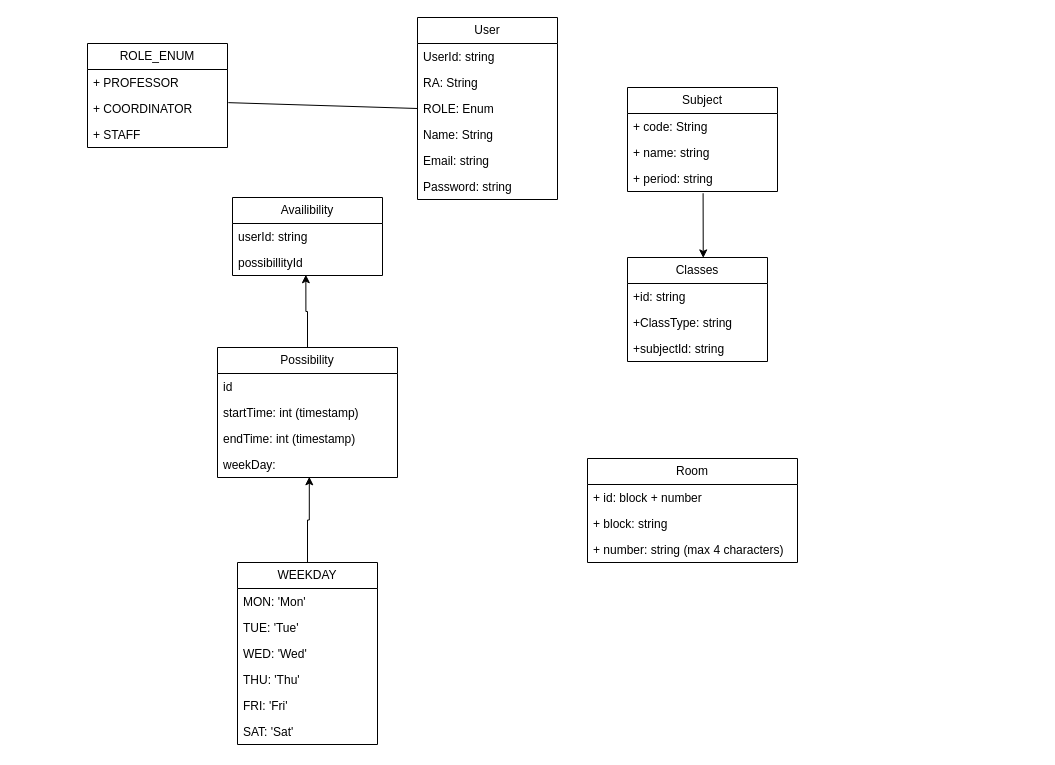
Above: MauaFontysClasses.drawio in 20242-Maua-ECM-Fontys/back (draw.io), before the change. Source tidied: cells renumbered, new cells numbered last; positions are measured from the earlier drawing's top-left corner, leaving out a move shared by most shapes. Both pictures are drawn from the tidied source at 100%, with x=0, y=0 at pixel (87, 17).
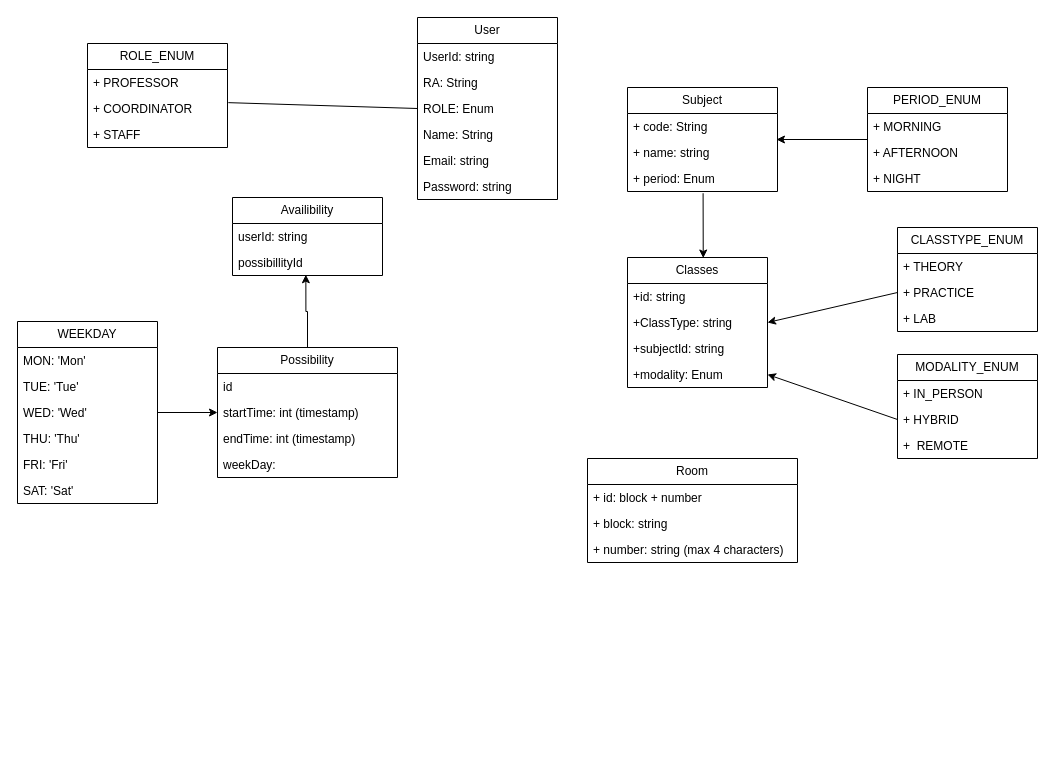
The same page after the edit.

Unchanged cells that the change refers to:
```xml
<mxCell id="13" value="Subject" style="swimlane;fontStyle=0;horizontal=1;startSize=26;fillColor=none;whiteSpace=wrap;html=1;" parent="1" vertex="1">
  <mxGeometry x="540" y="70" width="150" height="104" as="geometry" />
</mxCell>
<mxCell id="15" value="+ name: string" style="text;strokeColor=none;fillColor=none;align=left;verticalAlign=top;spacingLeft=4;spacingRight=4;overflow=hidden;points=[[0,0.5],[1,0.5]];portConstraint=eastwest;whiteSpace=wrap;html=1;" parent="13" vertex="1">
  <mxGeometry y="52" width="150" height="26" as="geometry" />
</mxCell>
<mxCell id="19" value="+ClassType: string" style="text;strokeColor=none;fillColor=none;align=left;verticalAlign=top;spacingLeft=4;spacingRight=4;overflow=hidden;points=[[0,0.5],[1,0.5]];portConstraint=eastwest;whiteSpace=wrap;html=1;" parent="17" vertex="1">
  <mxGeometry y="52" width="140" height="26" as="geometry" />
</mxCell>
<mxCell id="32" value="startTime: int (timestamp)" style="text;strokeColor=none;fillColor=none;align=left;verticalAlign=top;spacingLeft=4;spacingRight=4;overflow=hidden;points=[[0,0.5],[1,0.5]];portConstraint=eastwest;whiteSpace=wrap;html=1;" parent="30" vertex="1">
  <mxGeometry y="52" width="180" height="26" as="geometry" />
</mxCell>
<mxCell id="34" value="weekDay:" style="text;strokeColor=none;fillColor=none;align=left;verticalAlign=top;spacingLeft=4;spacingRight=4;overflow=hidden;points=[[0,0.5],[1,0.5]];portConstraint=eastwest;whiteSpace=wrap;html=1;" parent="30" vertex="1">
  <mxGeometry y="104" width="180" height="26" as="geometry" />
</mxCell>
```

Change to the diagram source:
```diff
@@
-    <mxCell id="16" value="+ period: string" style="text;strokeColor=none;fillColor=none;align=left;verticalAlign=top;spacingLeft=4;spacingRight=4;overflow=hidden;points=[[0,0.5],[1,0.5]];portConstraint=eastwest;whiteSpace=wrap;html=1;" parent="13" vertex="1">
+    <mxCell id="16" value="+ period: Enum" style="text;strokeColor=none;fillColor=none;align=left;verticalAlign=top;spacingLeft=4;spacingRight=4;overflow=hidden;points=[[0,0.5],[1,0.5]];portConstraint=eastwest;whiteSpace=wrap;html=1;" parent="13" vertex="1">
       <mxGeometry y="78" width="150" height="26" as="geometry" />
     </mxCell>
     <mxCell id="17" value="Classes" style="swimlane;fontStyle=0;horizontal=1;startSize=26;fillColor=none;whiteSpace=wrap;html=1;" parent="1" vertex="1">
-      <mxGeometry x="540" y="240" width="140" height="104" as="geometry" />
+      <mxGeometry x="540" y="240" width="140" height="130" as="geometry" />
     </mxCell>
@@
+    <mxCell id="44" value="+modality: Enum" style="text;strokeColor=none;fillColor=none;align=left;verticalAlign=top;spacingLeft=4;spacingRight=4;overflow=hidden;points=[[0,0.5],[1,0.5]];portConstraint=eastwest;whiteSpace=wrap;html=1;" parent="17" vertex="1">
+      <mxGeometry y="104" width="140" height="26" as="geometry" />
+    </mxCell>
@@
     <mxCell id="36" value="WEEKDAY" style="swimlane;fontStyle=0;horizontal=1;startSize=26;fillColor=none;whiteSpace=wrap;html=1;" parent="1" vertex="1">
-      <mxGeometry x="150" y="545" width="140" height="182" as="geometry" />
+      <mxGeometry x="-70" y="304" width="140" height="182" as="geometry" />
     </mxCell>
@@
-    <mxCell id="43" style="edgeStyle=orthogonalEdgeStyle;rounded=0;jettySize=auto;html=1;entryX=0.51;entryY=0.973;entryDx=0;entryDy=0;entryPerimeter=0;" parent="1" edge="1" source="36" target="34">
+    <mxCell id="43" style="edgeStyle=orthogonalEdgeStyle;rounded=0;jettySize=auto;html=1;entryX=0;entryY=0.5;entryDx=0;entryDy=0;" parent="1" edge="1" source="36" target="32">
       <mxGeometry relative="1" as="geometry" />
     </mxCell>
+    <mxCell id="45" style="edgeStyle=none;html=1;entryX=0.993;entryY=0;entryDx=0;entryDy=0;entryPerimeter=0;" parent="1" edge="1" source="46" target="15">
+      <mxGeometry relative="1" as="geometry" />
+    </mxCell>
+    <mxCell id="46" value="PERIOD_ENUM" style="swimlane;fontStyle=0;horizontal=1;startSize=26;fillColor=none;whiteSpace=wrap;html=1;" parent="1" vertex="1">
+      <mxGeometry x="780" y="70" width="140" height="104" as="geometry" />
+    </mxCell>
+    <mxCell id="47" value="+ MORNING" style="text;strokeColor=none;fillColor=none;align=left;verticalAlign=top;spacingLeft=4;spacingRight=4;overflow=hidden;whiteSpace=wrap;html=1;" parent="46" vertex="1">
+      <mxGeometry y="26" width="140" height="26" as="geometry" />
+    </mxCell>
+    <mxCell id="48" value="+ AFTERNOON" style="text;strokeColor=none;fillColor=none;align=left;verticalAlign=top;spacingLeft=4;spacingRight=4;overflow=hidden;whiteSpace=wrap;html=1;" parent="46" vertex="1">
+      <mxGeometry y="52" width="140" height="26" as="geometry" />
+    </mxCell>
+    <mxCell id="49" value="+ NIGHT" style="text;strokeColor=none;fillColor=none;align=left;verticalAlign=top;spacingLeft=4;spacingRight=4;overflow=hidden;whiteSpace=wrap;html=1;" parent="46" vertex="1">
+      <mxGeometry y="78" width="140" height="26" as="geometry" />
+    </mxCell>
+    <mxCell id="50" value="CLASSTYPE_ENUM" style="swimlane;fontStyle=0;horizontal=1;startSize=26;fillColor=none;whiteSpace=wrap;html=1;" parent="1" vertex="1">
+      <mxGeometry x="810" y="210" width="140" height="104" as="geometry" />
+    </mxCell>
+    <mxCell id="51" value="+ THEORY&lt;span style=&quot;white-space: pre;&quot;&gt;&#9;&lt;/span&gt;" style="text;strokeColor=none;fillColor=none;align=left;verticalAlign=top;spacingLeft=4;spacingRight=4;overflow=hidden;whiteSpace=wrap;html=1;" parent="50" vertex="1">
+      <mxGeometry y="26" width="140" height="26" as="geometry" />
+    </mxCell>
+    <mxCell id="52" value="+ PRACTICE" style="text;strokeColor=none;fillColor=none;align=left;verticalAlign=top;spacingLeft=4;spacingRight=4;overflow=hidden;points=[[0,0.5],[1,0.5]];portConstraint=eastwest;whiteSpace=wrap;html=1;" parent="50" vertex="1">
+      <mxGeometry y="52" width="140" height="26" as="geometry" />
+    </mxCell>
+    <mxCell id="53" value="+ LAB" style="text;strokeColor=none;fillColor=none;align=left;verticalAlign=top;spacingLeft=4;spacingRight=4;overflow=hidden;whiteSpace=wrap;html=1;" parent="50" vertex="1">
+      <mxGeometry y="78" width="140" height="26" as="geometry" />
+    </mxCell>
+    <mxCell id="54" value="MODALITY_ENUM" style="swimlane;fontStyle=0;horizontal=1;startSize=26;fillColor=none;whiteSpace=wrap;html=1;" parent="1" vertex="1">
+      <mxGeometry x="810" y="337" width="140" height="104" as="geometry" />
+    </mxCell>
+    <mxCell id="55" value="+ IN_PERSON" style="text;strokeColor=none;fillColor=none;align=left;verticalAlign=top;spacingLeft=4;spacingRight=4;overflow=hidden;whiteSpace=wrap;html=1;" parent="54" vertex="1">
+      <mxGeometry y="26" width="140" height="26" as="geometry" />
+    </mxCell>
+    <mxCell id="56" value="+ HYBRID" style="text;strokeColor=none;fillColor=none;align=left;verticalAlign=top;spacingLeft=4;spacingRight=4;overflow=hidden;points=[[0,0.5],[1,0.5]];portConstraint=eastwest;whiteSpace=wrap;html=1;" parent="54" vertex="1">
+      <mxGeometry y="52" width="140" height="26" as="geometry" />
+    </mxCell>
+    <mxCell id="57" value="+&amp;nbsp; REMOTE" style="text;strokeColor=none;fillColor=none;align=left;verticalAlign=top;spacingLeft=4;spacingRight=4;overflow=hidden;whiteSpace=wrap;html=1;" parent="54" vertex="1">
+      <mxGeometry y="78" width="140" height="26" as="geometry" />
+    </mxCell>
+    <mxCell id="58" style="edgeStyle=none;html=1;exitX=0;exitY=0.5;exitDx=0;exitDy=0;entryX=1;entryY=0.5;entryDx=0;entryDy=0;" parent="1" edge="1" source="52" target="19">
+      <mxGeometry relative="1" as="geometry" />
+    </mxCell>
+    <mxCell id="59" style="edgeStyle=none;html=1;exitX=0;exitY=0.5;exitDx=0;exitDy=0;entryX=1;entryY=0.5;entryDx=0;entryDy=0;" parent="1" edge="1" source="56" target="44">
+      <mxGeometry relative="1" as="geometry" />
+    </mxCell>
```
